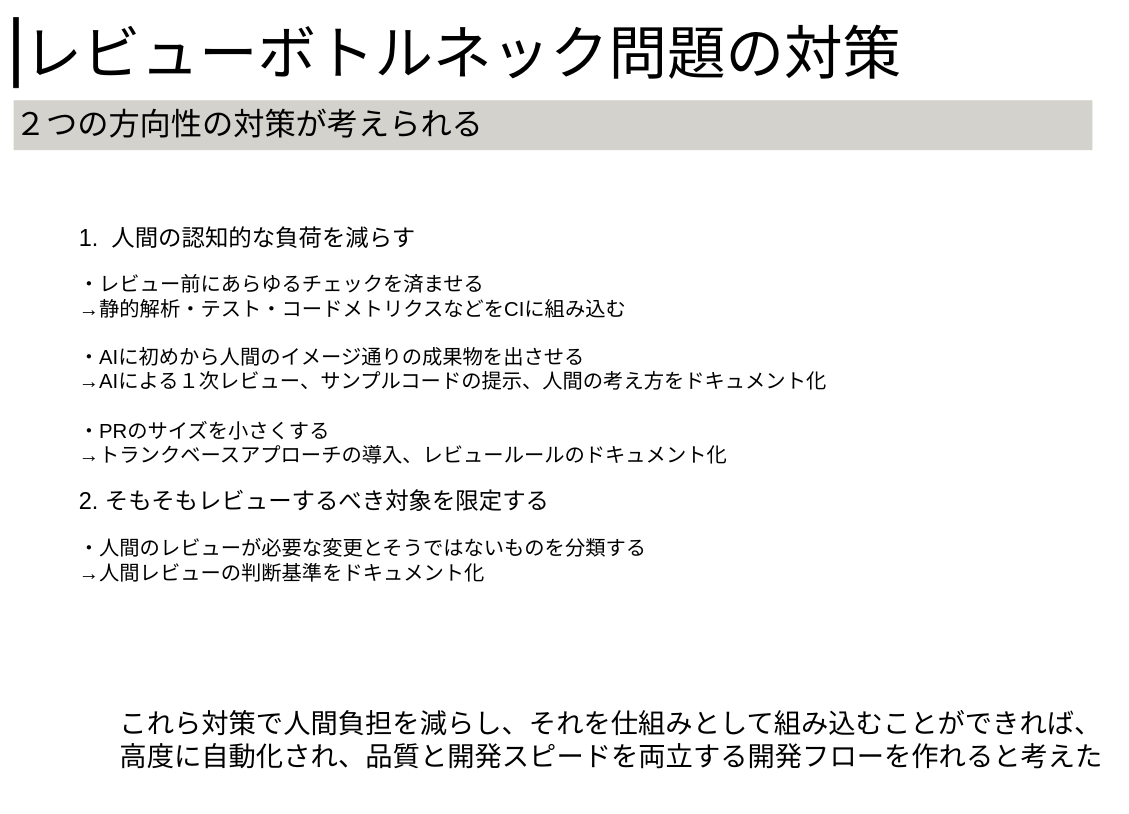
Above: page "strategy-for-review" (7 of 8) of docs/guide/img/development-flow.drawio in kasiopeiya/claude-dev-template (draw.io), before the change. Source tidied: cells renumbered, new cells numbered last; positions are measured from the earlier drawing's top-left corner, leaving out a move shared by most shapes. Both pictures are drawn from the tidied source at 78%, with x=0, y=0 at pixel (13, 13).
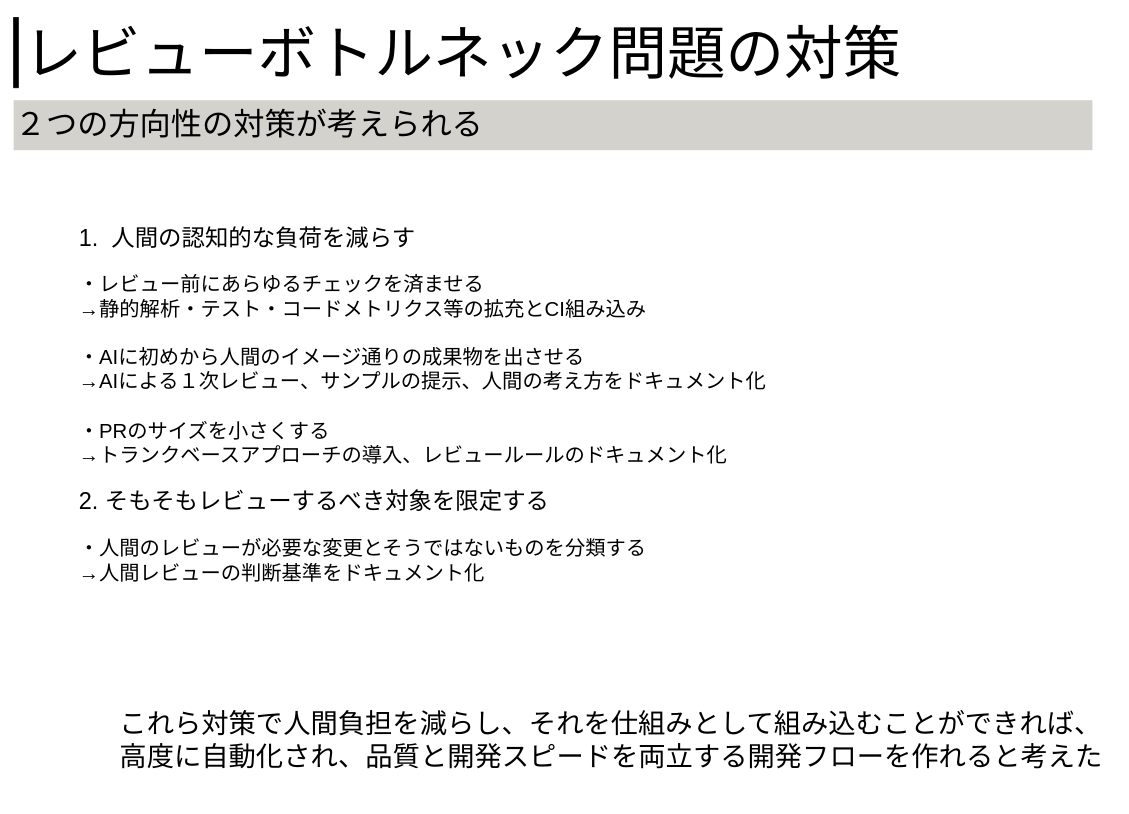
The same diagram, later.

Diff of the diagram source:
```diff
@@
 <mxGraphModel background="light-dark(#ffffff, #121212)">
   <root>
     <mxCell id="0" />
     <mxCell id="1" parent="0" />
     <mxCell id="2" value="２つの方向性の対策が考えられる" style="text;whiteSpace=wrap;html=1;fontSize=40;fillColor=#D4D2CD;" parent="1" vertex="1">
       <mxGeometry y="111" width="1383" height="64" as="geometry" />
     </mxCell>
     <mxCell id="3" style="group;" parent="1" vertex="1">
       <mxGeometry width="1383" height="100" as="geometry" />
     </mxCell>
     <mxCell id="4" value="レビューボトルネック問題の対策" style="text;whiteSpace=wrap;html=1;fontSize=75;" parent="3" vertex="1">
       <mxGeometry x="11.1" width="1371.9" height="100" as="geometry" />
     </mxCell>
     <mxCell id="5" style="whiteSpace=wrap;html=1;fillColor=#000000;" parent="3" vertex="1">
       <mxGeometry y="5" width="6" height="90" as="geometry" />
     </mxCell>
-    <mxCell id="6" value="&lt;font style=&quot;background-color: transparent;&quot;&gt;&lt;font style=&quot;font-size: 30px;&quot;&gt;1.&amp;nbsp; 人間の認知的な負荷を減らす&lt;/font&gt;&lt;br&gt;&lt;/font&gt;&lt;br style=&quot;background-color: transparent;&quot;&gt;&lt;font style=&quot;font-size: 26px;&quot;&gt;&lt;span style=&quot;background-color: transparent;&quot;&gt;・レビュー前にあらゆるチェックを済ませる&lt;br&gt;&lt;/span&gt;→静的解析・テスト・コードメトリクスなどをCIに組み込む&lt;br style=&quot;background-color: transparent;&quot;&gt;&lt;span style=&quot;background-color: transparent;&quot;&gt;&lt;br&gt;・AIに初めから人間のイメージ通りの成果物を出させる&lt;/span&gt;&lt;br style=&quot;background-color: transparent;&quot;&gt;&lt;span style=&quot;background-color: transparent;&quot;&gt;→AIによる１次レビュー、サンプルコードの提示、人間の考え方をドキュメント化&lt;br&gt;&lt;br&gt;・PRのサイズを小さくする&lt;br&gt;&lt;/span&gt;&lt;/font&gt;&lt;span style=&quot;background-color: transparent;&quot;&gt;&lt;font style=&quot;font-size: 26px;&quot;&gt;→トランクベースアプローチの導入、レビュールールのドキュメント化&lt;/font&gt;&lt;br&gt;&lt;br&gt;&lt;font style=&quot;font-size: 30px;&quot;&gt;2. そもそもレビューするべき対象を限定する&lt;/font&gt;&lt;/span&gt;&lt;br style=&quot;background-color: transparent;&quot;&gt;&lt;span style=&quot;background-color: transparent;&quot;&gt;&lt;br&gt;&lt;font style=&quot;font-size: 26px;&quot;&gt;・人間のレビューが必要な変更とそうではないものを分類する&lt;br&gt;→人間レビューの判断基準をドキュメント化&lt;/font&gt;&lt;/span&gt;" style="text;html=1;whiteSpace=wrap;strokeColor=none;fillColor=none;align=left;verticalAlign=top;rounded=0;labelBackgroundColor=none;fontColor=light-dark(#000000,#000000);fontSize=22;" parent="1" vertex="1">
+    <mxCell id="6" value="&lt;font style=&quot;background-color: transparent;&quot;&gt;&lt;font style=&quot;font-size: 30px;&quot;&gt;1.&amp;nbsp; 人間の認知的な負荷を減らす&lt;/font&gt;&lt;br&gt;&lt;/font&gt;&lt;br style=&quot;background-color: transparent;&quot;&gt;&lt;font style=&quot;font-size: 26px;&quot;&gt;&lt;span style=&quot;background-color: transparent;&quot;&gt;・レビュー前にあらゆるチェックを済ませる&lt;br&gt;&lt;/span&gt;→静的解析・テスト・コードメトリクス等の拡充とCI組み込み&lt;br style=&quot;background-color: transparent;&quot;&gt;&lt;span style=&quot;background-color: transparent;&quot;&gt;&lt;br&gt;・AIに初めから人間のイメージ通りの成果物を出させる&lt;/span&gt;&lt;br style=&quot;background-color: transparent;&quot;&gt;&lt;span style=&quot;background-color: transparent;&quot;&gt;→AIによる１次レビュー、サンプルの提示、人間の考え方をドキュメント化&lt;br&gt;&lt;br&gt;・PRのサイズを小さくする&lt;br&gt;&lt;/span&gt;&lt;/font&gt;&lt;span style=&quot;background-color: transparent;&quot;&gt;&lt;font style=&quot;font-size: 26px;&quot;&gt;→トランクベースアプローチの導入、レビュールールのドキュメント化&lt;/font&gt;&lt;br&gt;&lt;br&gt;&lt;font style=&quot;font-size: 30px;&quot;&gt;2. そもそもレビューするべき対象を限定する&lt;/font&gt;&lt;/span&gt;&lt;br style=&quot;background-color: transparent;&quot;&gt;&lt;span style=&quot;background-color: transparent;&quot;&gt;&lt;br&gt;&lt;font style=&quot;font-size: 26px;&quot;&gt;・人間のレビューが必要な変更とそうではないものを分類する&lt;br&gt;→人間レビューの判断基準をドキュメント化&lt;/font&gt;&lt;/span&gt;" style="text;html=1;whiteSpace=wrap;strokeColor=none;fillColor=none;align=left;verticalAlign=top;rounded=0;labelBackgroundColor=none;fontColor=light-dark(#000000,#000000);fontSize=22;" parent="1" vertex="1">
       <mxGeometry x="82" y="263" width="1060" height="536" as="geometry" />
     </mxCell>
     <mxCell id="7" value="これら対策で人間負担を減らし、それを仕組みとして組み込むことができれば、高度に自動化され、品質と開発スピードを両立する開発フローを作れると考えた" style="text;whiteSpace=wrap;html=1;fontSize=35;fillColor=none;" parent="1" vertex="1">
       <mxGeometry x="134" y="883" width="1278" height="127" as="geometry" />
     </mxCell>
   </root>
 </mxGraphModel>
```
